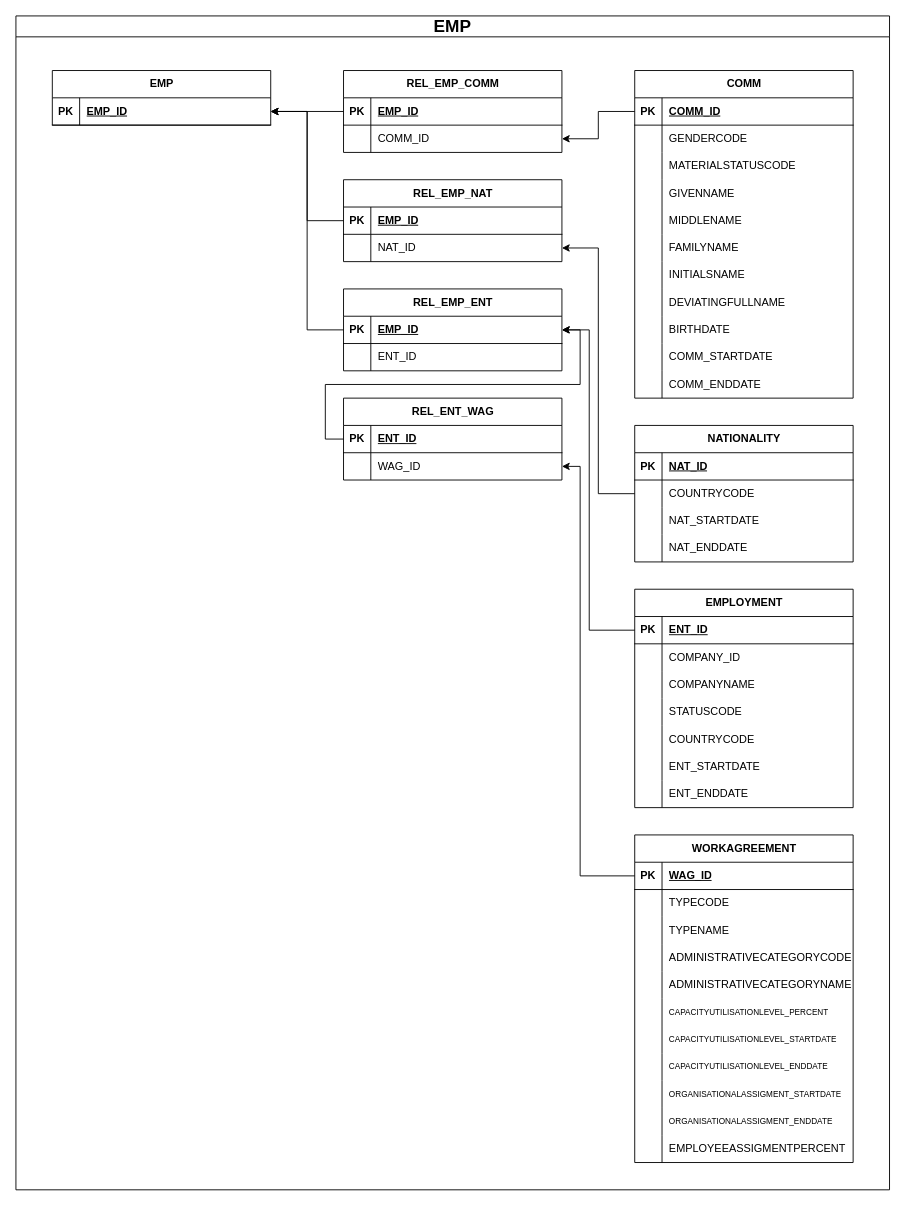
This is page "DDS by EMP" (3 of 3) of HR_dataflow.drawio.xml from NEgorE/I1_CSC, a draw.io file, before an edit. Source tidied: cells renumbered, new cells numbered last; positions are measured from the earlier drawing's top-left corner, leaving out a move shared by most shapes. Both pictures are drawn from the tidied source at 91%, with x=0, y=0 at pixel (15, 15).
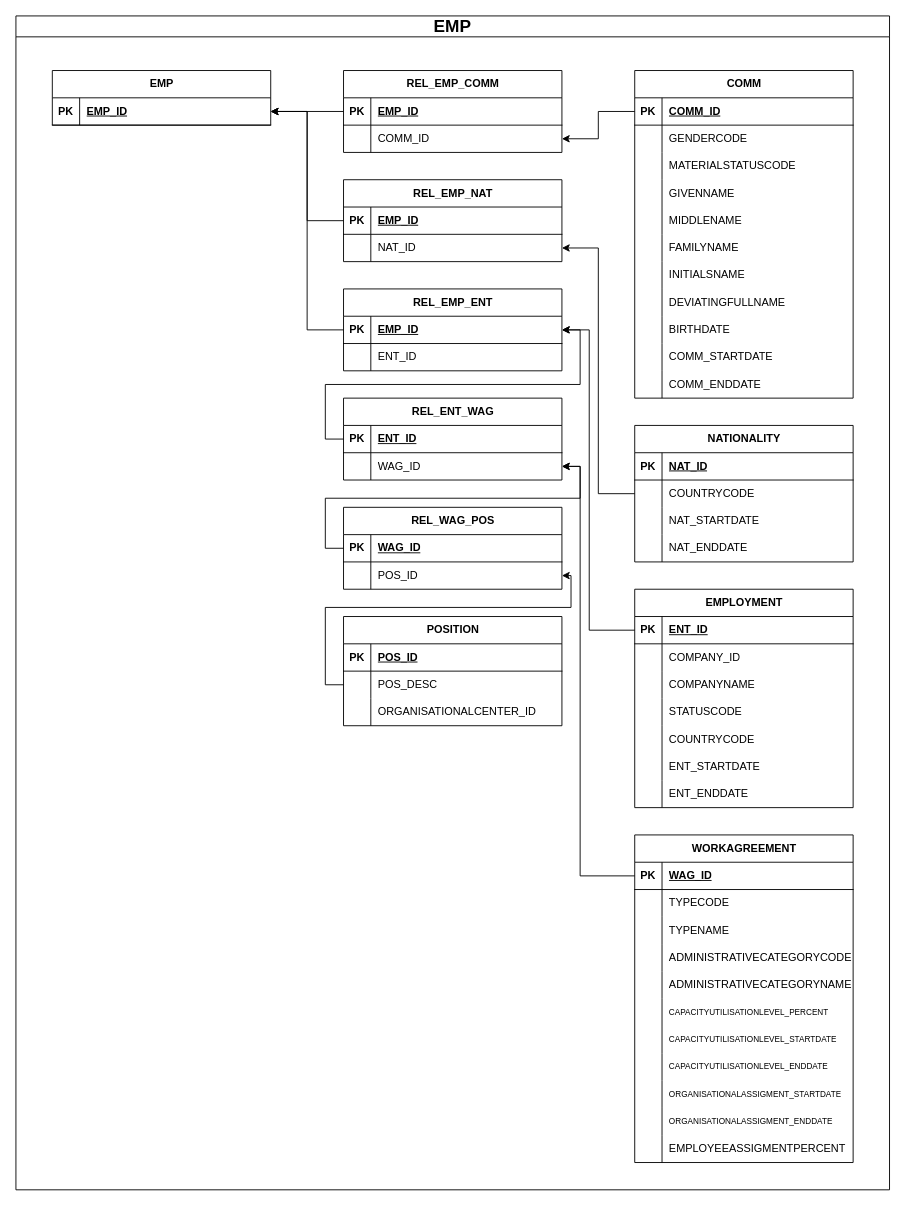
Above is the later version.

Commit message (it also covers changes not shown here):
add init position tables and update xml

Unchanged cells that the change refers to:
```xml
<mxCell id="2" value="EMP" style="swimlane;whiteSpace=wrap;html=1;fontSize=19;" parent="1" vertex="1">
  <mxGeometry width="960" height="1290" as="geometry" />
</mxCell>
<mxCell id="106" style="shape=tableRow;horizontal=0;startSize=0;swimlaneHead=0;swimlaneBody=0;fillColor=none;points=[[0,0.5],[1,0.5]];portConstraint=eastwest;top=0;left=0;right=0;bottom=0;" parent="102" vertex="1">
  <mxGeometry y="60" width="240" height="30" as="geometry" />
</mxCell>
```

Change to the diagram source:
```diff
@@
+    <mxCell id="146" value="REL_WAG_POS" style="shape=table;startSize=30;childLayout=tableLayout;rowLines=0;fontStyle=1;align=center;html=1;" parent="2" vertex="1">
+      <mxGeometry x="360" y="540" width="240" height="90" as="geometry" />
+    </mxCell>
+    <mxCell id="147" style="shape=tableRow;horizontal=0;startSize=0;swimlaneHead=0;swimlaneBody=0;fillColor=none;points=[[0,0.5],[1,0.5]];portConstraint=eastwest;top=0;left=0;right=0;bottom=1;" parent="146" vertex="1">
+      <mxGeometry y="30" width="240" height="30" as="geometry" />
+    </mxCell>
+    <mxCell id="148" value="PK" style="shape=partialRectangle;fillColor=none;top=0;left=0;bottom=0;right=0;fontStyle=1;overflow=hidden;whiteSpace=wrap;html=1;" parent="147" vertex="1">
+      <mxGeometry width="30" height="30" as="geometry" />
+    </mxCell>
+    <mxCell id="149" value="WAG_ID" style="shape=partialRectangle;fillColor=none;top=0;left=0;bottom=0;right=0;align=left;spacingLeft=6;fontStyle=5;overflow=hidden;whiteSpace=wrap;html=1;" parent="147" vertex="1">
+      <mxGeometry x="30" width="210" height="30" as="geometry" />
+    </mxCell>
+    <mxCell id="150" style="shape=tableRow;horizontal=0;startSize=0;swimlaneHead=0;swimlaneBody=0;fillColor=none;points=[[0,0.5],[1,0.5]];portConstraint=eastwest;top=0;left=0;right=0;bottom=0;" parent="146" vertex="1">
+      <mxGeometry y="60" width="240" height="30" as="geometry" />
+    </mxCell>
+    <mxCell id="151" style="shape=partialRectangle;fillColor=none;top=0;left=0;bottom=0;right=0;overflow=hidden;whiteSpace=wrap;html=1;" parent="150" vertex="1">
+      <mxGeometry width="30" height="30" as="geometry" />
+    </mxCell>
+    <mxCell id="152" value="POS_ID" style="shape=partialRectangle;fillColor=none;top=0;left=0;bottom=0;right=0;align=left;spacingLeft=6;overflow=hidden;whiteSpace=wrap;html=1;" parent="150" vertex="1">
+      <mxGeometry x="30" width="210" height="30" as="geometry" />
+    </mxCell>
+    <mxCell id="153" style="edgeStyle=orthogonalEdgeStyle;rounded=0;jettySize=auto;html=1;entryX=1;entryY=0.5;entryDx=0;entryDy=0;" parent="2" edge="1" source="147" target="106">
+      <mxGeometry relative="1" as="geometry">
+        <Array as="points">
+          <mxPoint x="340" y="585" />
+          <mxPoint x="340" y="530" />
+          <mxPoint x="620" y="530" />
+          <mxPoint x="620" y="495" />
+        </Array>
+      </mxGeometry>
+    </mxCell>
+    <mxCell id="154" value="POSITION" style="shape=table;startSize=30;childLayout=tableLayout;rowLines=0;fontStyle=1;align=center;html=1;" parent="2" vertex="1">
+      <mxGeometry x="360" y="660" width="240" height="120" as="geometry" />
+    </mxCell>
+    <mxCell id="155" style="shape=tableRow;horizontal=0;startSize=0;swimlaneHead=0;swimlaneBody=0;fillColor=none;top=0;left=0;right=0;bottom=1;" parent="154" vertex="1">
+      <mxGeometry y="30" width="240" height="30" as="geometry" />
+    </mxCell>
+    <mxCell id="156" value="PK" style="shape=partialRectangle;fillColor=none;top=0;left=0;bottom=0;right=0;fontStyle=1;overflow=hidden;whiteSpace=wrap;html=1;" parent="155" vertex="1">
+      <mxGeometry width="30" height="30" as="geometry" />
+    </mxCell>
+    <mxCell id="157" value="POS_ID" style="shape=partialRectangle;fillColor=none;top=0;left=0;bottom=0;right=0;align=left;spacingLeft=6;fontStyle=5;overflow=hidden;whiteSpace=wrap;html=1;" parent="155" vertex="1">
+      <mxGeometry x="30" width="210" height="30" as="geometry" />
+    </mxCell>
+    <mxCell id="158" style="shape=tableRow;horizontal=0;startSize=0;swimlaneHead=0;swimlaneBody=0;fillColor=none;points=[[0,0.5],[1,0.5]];portConstraint=eastwest;top=0;left=0;right=0;bottom=0;" parent="154" vertex="1">
+      <mxGeometry y="60" width="240" height="30" as="geometry" />
+    </mxCell>
+    <mxCell id="159" style="shape=partialRectangle;fillColor=none;top=0;left=0;bottom=0;right=0;overflow=hidden;whiteSpace=wrap;html=1;" parent="158" vertex="1">
+      <mxGeometry width="30" height="30" as="geometry" />
+    </mxCell>
+    <mxCell id="160" value="POS_DESC" style="shape=partialRectangle;fillColor=none;top=0;left=0;bottom=0;right=0;align=left;spacingLeft=6;overflow=hidden;whiteSpace=wrap;html=1;" parent="158" vertex="1">
+      <mxGeometry x="30" width="210" height="30" as="geometry" />
+    </mxCell>
+    <mxCell id="161" style="shape=tableRow;horizontal=0;startSize=0;swimlaneHead=0;swimlaneBody=0;fillColor=none;top=0;left=0;right=0;bottom=0;" parent="154" vertex="1">
+      <mxGeometry y="90" width="240" height="30" as="geometry" />
+    </mxCell>
+    <mxCell id="162" style="shape=partialRectangle;fillColor=none;top=0;left=0;bottom=0;right=0;overflow=hidden;whiteSpace=wrap;html=1;" parent="161" vertex="1">
+      <mxGeometry width="30" height="30" as="geometry" />
+    </mxCell>
+    <mxCell id="163" value="ORGANISATIONALCENTER_ID" style="shape=partialRectangle;fillColor=none;top=0;left=0;bottom=0;right=0;align=left;spacingLeft=6;overflow=hidden;whiteSpace=wrap;html=1;" parent="161" vertex="1">
+      <mxGeometry x="30" width="210" height="30" as="geometry" />
+    </mxCell>
+    <mxCell id="164" style="edgeStyle=orthogonalEdgeStyle;rounded=0;jettySize=auto;html=1;" parent="2" edge="1" source="158" target="150">
+      <mxGeometry relative="1" as="geometry">
+        <Array as="points">
+          <mxPoint x="340" y="735" />
+          <mxPoint x="340" y="650" />
+          <mxPoint x="610" y="650" />
+          <mxPoint x="610" y="615" />
+        </Array>
+      </mxGeometry>
+    </mxCell>
```
